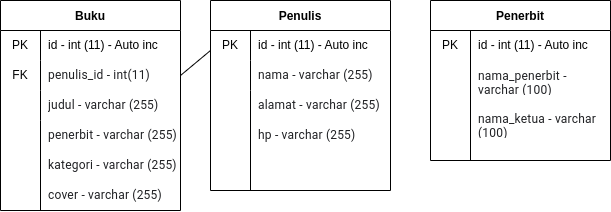
pahrulirfan/web-dasar-rpl-23 keeps this draw.io diagram as scheme.drawio.png. Above is the earlier version. Source tidied: cells renumbered, new cells last; positions are measured from the earlier drawing's top-left corner, leaving out a move shared by most shapes.
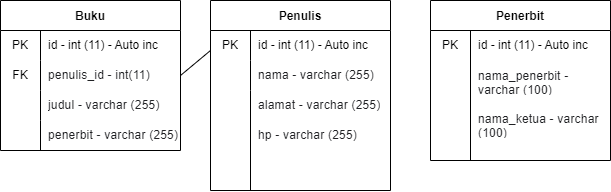
After the change.

Commit message:
update edit view dan scheme

Change to the diagram source:
```diff
@@ -3,7 +3,7 @@
     <mxCell id="0" />
     <mxCell id="1" parent="0" />
     <mxCell id="2" value="Buku" style="shape=table;startSize=30;rowLines=0;fontStyle=1;" parent="1" vertex="1">
-      <mxGeometry width="180" height="210" as="geometry" />
+      <mxGeometry width="180" height="150" as="geometry" />
     </mxCell>
     <mxCell id="3" style="shape=tableRow;horizontal=0;startSize=0;swimlaneHead=0;swimlaneBody=0;top=0;left=0;bottom=0;right=0;fillColor=none;" parent="2" vertex="1">
       <mxGeometry y="30" width="180" height="30" as="geometry" />
@@ -65,12 +65,6 @@
     <mxCell id="22" value="&lt;font style=&quot;font-size: 12px;&quot;&gt;&lt;span style=&quot;color: rgb(32, 33, 36); font-family: Roboto, Arial, sans-serif; font-variant-ligatures: none; letter-spacing: 0.2px; background-color: rgb(255, 255, 255);&quot;&gt;penerbit&lt;/span&gt;&lt;span style=&quot;color: rgb(32, 33, 36); font-family: Roboto, Arial, sans-serif; font-variant-ligatures: none; letter-spacing: 0.2px; background-color: rgb(255, 255, 255);&quot;&gt;&amp;nbsp;- varchar (255)&lt;/span&gt;&lt;/font&gt;" style="shape=partialRectangle;html=1;whiteSpace=wrap;fillColor=none;top=0;left=0;bottom=0;right=0;align=left;spacingLeft=6;overflow=hidden;" parent="1" vertex="1">
       <mxGeometry x="40" y="120" width="140" height="30" as="geometry" />
     </mxCell>
-    <mxCell id="23" value="&lt;font style=&quot;font-size: 12px;&quot;&gt;&lt;span style=&quot;color: rgb(32, 33, 36); font-family: Roboto, Arial, sans-serif; font-variant-ligatures: none; letter-spacing: 0.2px; background-color: rgb(255, 255, 255);&quot;&gt;kategori&lt;/span&gt;&lt;span style=&quot;color: rgb(32, 33, 36); font-family: Roboto, Arial, sans-serif; font-variant-ligatures: none; letter-spacing: 0.2px; background-color: rgb(255, 255, 255);&quot;&gt;&lt;font style=&quot;&quot;&gt;&amp;nbsp;- varchar (255)&lt;/font&gt;&lt;/span&gt;&lt;/font&gt;" style="shape=partialRectangle;html=1;whiteSpace=wrap;fillColor=none;top=0;left=0;bottom=0;right=0;align=left;spacingLeft=6;overflow=hidden;" parent="1" vertex="1">
-      <mxGeometry x="40" y="150" width="140" height="30" as="geometry" />
-    </mxCell>
-    <mxCell id="24" value="&lt;font style=&quot;font-size: 12px;&quot;&gt;&lt;span style=&quot;color: rgb(32, 33, 36); font-family: Roboto, Arial, sans-serif; font-variant-ligatures: none; letter-spacing: 0.2px; background-color: rgb(255, 255, 255);&quot;&gt;&lt;font style=&quot;&quot;&gt;cover - varchar (255)&lt;/font&gt;&lt;/span&gt;&lt;/font&gt;" style="shape=partialRectangle;html=1;whiteSpace=wrap;fillColor=none;top=0;left=0;bottom=0;right=0;align=left;spacingLeft=6;overflow=hidden;" parent="1" vertex="1">
-      <mxGeometry x="40" y="180" width="140" height="30" as="geometry" />
-    </mxCell>
     <mxCell id="25" value="id - int (11) - Auto inc" style="shape=partialRectangle;html=1;whiteSpace=wrap;fillColor=none;top=0;left=0;bottom=0;right=0;align=left;spacingLeft=6;overflow=hidden;" parent="1" vertex="1">
       <mxGeometry x="250" y="30" width="140" height="30" as="geometry" />
     </mxCell>
@@ -85,7 +79,7 @@
     </mxCell>
     <mxCell id="29" style="endArrow=none;html=1;fontSize=12;" parent="1" edge="1">
       <mxGeometry relative="1" as="geometry">
-        <mxPoint x="40" y="210" as="sourcePoint" />
+        <mxPoint x="40" y="150" as="sourcePoint" />
         <mxPoint x="40" y="120" as="targetPoint" />
       </mxGeometry>
     </mxCell>
```
